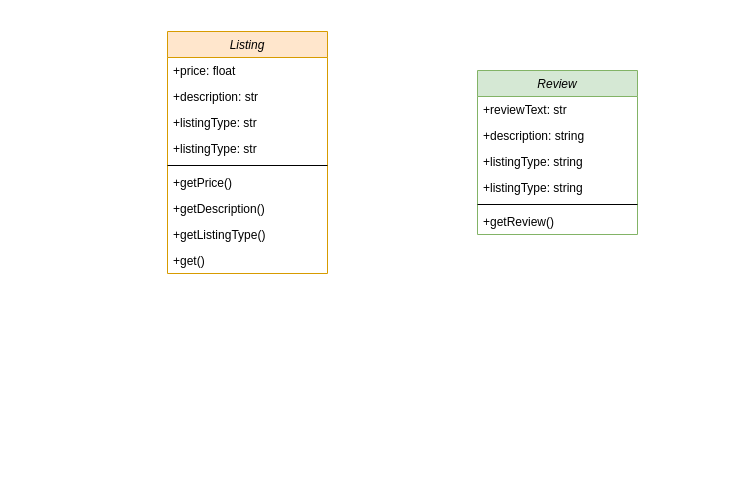
This is UML Class Diagram.drawio from oqmd/Assignment, a draw.io file, before an edit. Source tidied: cells renumbered, new cells numbered last; positions are measured from the earlier drawing's top-left corner, leaving out a move shared by most shapes. Both pictures are drawn from the tidied source at 100%, with x=0, y=0 at pixel (167, 31).
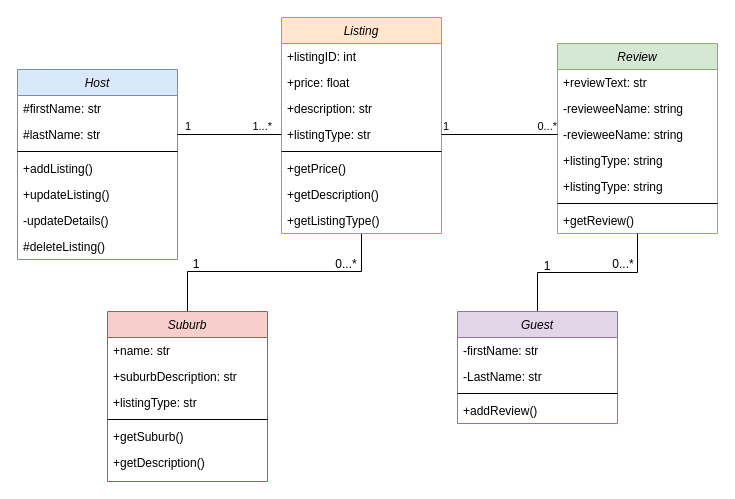
Above is the later version.

Commit message:
Update UML Class Diagram (It's still incomplete!).drawio

Diff of the diagram source:
```diff
@@
+    <mxCell id="19" style="edgeStyle=orthogonalEdgeStyle;rounded=0;jettySize=auto;html=1;entryX=0.5;entryY=0;entryDx=0;entryDy=0;endArrow=none;endFill=0;" parent="1" edge="1" source="2" target="22">
+      <mxGeometry relative="1" as="geometry">
+        <Array as="points">
+          <mxPoint x="194" y="240" />
+          <mxPoint x="20" y="240" />
+        </Array>
+      </mxGeometry>
+    </mxCell>
     <mxCell id="2" value="Listing" style="swimlane;fontStyle=2;align=center;verticalAlign=top;horizontal=1;startSize=26;rounded=0;shadow=0;strokeWidth=1;fillColor=#ffe6cc;strokeColor=#d79b00;" parent="1" vertex="1">
-      <mxGeometry width="160" height="242" as="geometry" />
+      <mxGeometry x="114" y="-14" width="160" height="216" as="geometry" />
     </mxCell>
+    <mxCell id="20" value="+listingID: int" style="text;align=left;verticalAlign=top;spacingLeft=4;spacingRight=4;overflow=hidden;" parent="2" vertex="1">
+      <mxGeometry y="26" width="160" height="26" as="geometry" />
+    </mxCell>
     <mxCell id="3" value="+price: float" style="text;align=left;verticalAlign=top;spacingLeft=4;spacingRight=4;overflow=hidden;" parent="2" vertex="1">
-      <mxGeometry y="26" width="160" height="26" as="geometry" />
+      <mxGeometry y="52" width="160" height="26" as="geometry" />
     </mxCell>
     <mxCell id="4" value="+description: str" style="text;align=left;verticalAlign=top;spacingLeft=4;spacingRight=4;overflow=hidden;rounded=0;shadow=0;html=0;" parent="2" vertex="1">
-      <mxGeometry y="52" width="160" height="26" as="geometry" />
+      <mxGeometry y="78" width="160" height="26" as="geometry" />
     </mxCell>
     <mxCell id="5" value="+listingType: str" style="text;align=left;verticalAlign=top;spacingLeft=4;spacingRight=4;overflow=hidden;points=[[0,0.5],[1,0.5]];portConstraint=eastwest;rounded=0;shadow=0;html=0;" parent="2" vertex="1">
-      <mxGeometry y="78" width="160" height="26" as="geometry" />
+      <mxGeometry y="104" width="160" height="26" as="geometry" />
     </mxCell>
-    <mxCell id="6" value="+listingType: str" style="text;align=left;verticalAlign=top;spacingLeft=4;spacingRight=4;overflow=hidden;rounded=0;shadow=0;html=0;" parent="2" vertex="1">
-      <mxGeometry y="104" width="160" height="26" as="geometry" />
-    </mxCell>
@@
-    <mxCell id="11" value="+get()" style="text;align=left;verticalAlign=top;spacingLeft=4;spacingRight=4;overflow=hidden;" parent="2" vertex="1">
-      <mxGeometry y="216" width="160" height="26" as="geometry" />
-    </mxCell>
     <mxCell id="12" value="Review" style="swimlane;fontStyle=2;align=center;verticalAlign=top;horizontal=1;startSize=26;rounded=0;shadow=0;strokeWidth=1;fillColor=#d5e8d4;strokeColor=#82b366;" parent="1" vertex="1">
-      <mxGeometry x="310" y="39" width="160" height="164" as="geometry" />
+      <mxGeometry x="390" y="12" width="160" height="190" as="geometry" />
     </mxCell>
@@
+    <mxCell id="21" value="-revieweeName: string" style="text;align=left;verticalAlign=top;spacingLeft=4;spacingRight=4;overflow=hidden;rounded=0;shadow=0;html=0;" parent="12" vertex="1">
+      <mxGeometry y="52" width="160" height="26" as="geometry" />
+    </mxCell>
-    <mxCell id="14" value="+description: string" style="text;align=left;verticalAlign=top;spacingLeft=4;spacingRight=4;overflow=hidden;points=[[0,0.5],[1,0.5]];portConstraint=eastwest;rounded=0;shadow=0;html=0;" parent="12" vertex="1">
-      <mxGeometry y="52" width="160" height="26" as="geometry" />
+    <mxCell id="14" value="-revieweeName: string" style="text;align=left;verticalAlign=top;spacingLeft=4;spacingRight=4;overflow=hidden;points=[[0,0.5],[1,0.5]];portConstraint=eastwest;rounded=0;shadow=0;html=0;" parent="12" vertex="1">
+      <mxGeometry y="78" width="160" height="26" as="geometry" />
     </mxCell>
     <mxCell id="15" value="+listingType: string" style="text;align=left;verticalAlign=top;spacingLeft=4;spacingRight=4;overflow=hidden;rounded=0;shadow=0;html=0;" parent="12" vertex="1">
-      <mxGeometry y="78" width="160" height="26" as="geometry" />
+      <mxGeometry y="104" width="160" height="26" as="geometry" />
     </mxCell>
     <mxCell id="16" value="+listingType: string" style="text;align=left;verticalAlign=top;spacingLeft=4;spacingRight=4;overflow=hidden;rounded=0;shadow=0;html=0;" parent="12" vertex="1">
-      <mxGeometry y="104" width="160" height="26" as="geometry" />
+      <mxGeometry y="130" width="160" height="26" as="geometry" />
     </mxCell>
     <mxCell id="17" style="line;html=1;strokeWidth=1;align=left;verticalAlign=middle;spacingTop=-1;spacingLeft=3;spacingRight=3;labelPosition=right;" parent="12" vertex="1">
-      <mxGeometry y="130" width="160" height="8" as="geometry" />
+      <mxGeometry y="156" width="160" height="8" as="geometry" />
     </mxCell>
     <mxCell id="18" value="+getReview()" style="text;align=left;verticalAlign=top;spacingLeft=4;spacingRight=4;overflow=hidden;" parent="12" vertex="1">
-      <mxGeometry y="138" width="160" height="26" as="geometry" />
+      <mxGeometry y="164" width="160" height="26" as="geometry" />
     </mxCell>
+    <mxCell id="22" value="Suburb" style="swimlane;fontStyle=2;align=center;verticalAlign=top;horizontal=1;startSize=26;rounded=0;shadow=0;strokeWidth=1;fillColor=#f8cecc;strokeColor=#b85450;" parent="1" vertex="1">
+      <mxGeometry x="-60" y="280" width="160" height="170" as="geometry" />
+    </mxCell>
+    <mxCell id="23" value="+name: str" style="text;align=left;verticalAlign=top;spacingLeft=4;spacingRight=4;overflow=hidden;" parent="22" vertex="1">
+      <mxGeometry y="26" width="160" height="26" as="geometry" />
+    </mxCell>
+    <mxCell id="24" value="+suburbDescription: str" style="text;align=left;verticalAlign=top;spacingLeft=4;spacingRight=4;overflow=hidden;rounded=0;shadow=0;html=0;" parent="22" vertex="1">
+      <mxGeometry y="52" width="160" height="26" as="geometry" />
+    </mxCell>
+    <mxCell id="6" value="+listingType: str" style="text;align=left;verticalAlign=top;spacingLeft=4;spacingRight=4;overflow=hidden;rounded=0;shadow=0;html=0;" parent="22" vertex="1">
+      <mxGeometry y="78" width="160" height="26" as="geometry" />
+    </mxCell>
+    <mxCell id="25" style="line;html=1;strokeWidth=1;align=left;verticalAlign=middle;spacingTop=-1;spacingLeft=3;spacingRight=3;labelPosition=right;" parent="22" vertex="1">
+      <mxGeometry y="104" width="160" height="8" as="geometry" />
+    </mxCell>
+    <mxCell id="26" value="+getSuburb()" style="text;align=left;verticalAlign=top;spacingLeft=4;spacingRight=4;overflow=hidden;" parent="22" vertex="1">
+      <mxGeometry y="112" width="160" height="26" as="geometry" />
+    </mxCell>
+    <mxCell id="27" value="+getDescription()" style="text;align=left;verticalAlign=top;spacingLeft=4;spacingRight=4;overflow=hidden;" parent="22" vertex="1">
+      <mxGeometry y="138" width="160" height="26" as="geometry" />
+    </mxCell>
+    <mxCell id="28" value="Host" style="swimlane;fontStyle=2;align=center;verticalAlign=top;horizontal=1;startSize=26;rounded=0;shadow=0;strokeWidth=1;fillColor=#dae8fc;strokeColor=#6c8ebf;" parent="1" vertex="1">
+      <mxGeometry x="-150" y="38" width="160" height="190" as="geometry" />
+    </mxCell>
+    <mxCell id="29" value="#firstName: str" style="text;align=left;verticalAlign=top;spacingLeft=4;spacingRight=4;overflow=hidden;" parent="28" vertex="1">
+      <mxGeometry y="26" width="160" height="26" as="geometry" />
+    </mxCell>
+    <mxCell id="30" value="#lastName: str" style="text;align=left;verticalAlign=top;spacingLeft=4;spacingRight=4;overflow=hidden;points=[[0,0.5],[1,0.5]];portConstraint=eastwest;rounded=0;shadow=0;html=0;" parent="28" vertex="1">
+      <mxGeometry y="52" width="160" height="26" as="geometry" />
+    </mxCell>
+    <mxCell id="31" style="line;html=1;strokeWidth=1;align=left;verticalAlign=middle;spacingTop=-1;spacingLeft=3;spacingRight=3;labelPosition=right;" parent="28" vertex="1">
+      <mxGeometry y="78" width="160" height="8" as="geometry" />
+    </mxCell>
+    <mxCell id="32" value="+addListing()" style="text;align=left;verticalAlign=top;spacingLeft=4;spacingRight=4;overflow=hidden;" parent="28" vertex="1">
+      <mxGeometry y="86" width="160" height="26" as="geometry" />
+    </mxCell>
+    <mxCell id="33" value="+updateListing()" style="text;align=left;verticalAlign=top;spacingLeft=4;spacingRight=4;overflow=hidden;" parent="28" vertex="1">
+      <mxGeometry y="112" width="160" height="26" as="geometry" />
+    </mxCell>
+    <mxCell id="34" value="-updateDetails()" style="text;align=left;verticalAlign=top;spacingLeft=4;spacingRight=4;overflow=hidden;" parent="28" vertex="1">
+      <mxGeometry y="138" width="160" height="26" as="geometry" />
+    </mxCell>
+    <mxCell id="35" value="#deleteListing()" style="text;align=left;verticalAlign=top;spacingLeft=4;spacingRight=4;overflow=hidden;" parent="28" vertex="1">
+      <mxGeometry y="164" width="160" height="26" as="geometry" />
+    </mxCell>
+    <mxCell id="36" style="edgeStyle=orthogonalEdgeStyle;rounded=0;jettySize=auto;html=1;endArrow=none;endFill=0;" parent="1" edge="1" source="37" target="12">
+      <mxGeometry relative="1" as="geometry" />
+    </mxCell>
+    <mxCell id="37" value="Guest" style="swimlane;fontStyle=2;align=center;verticalAlign=top;horizontal=1;startSize=26;rounded=0;shadow=0;strokeWidth=1;fillColor=#e1d5e7;strokeColor=#9673a6;" parent="1" vertex="1">
+      <mxGeometry x="290" y="280" width="160" height="112" as="geometry" />
+    </mxCell>
+    <mxCell id="38" value="-firstName: str" style="text;align=left;verticalAlign=top;spacingLeft=4;spacingRight=4;overflow=hidden;" parent="37" vertex="1">
+      <mxGeometry y="26" width="160" height="26" as="geometry" />
+    </mxCell>
+    <mxCell id="39" value="-LastName: str" style="text;align=left;verticalAlign=top;spacingLeft=4;spacingRight=4;overflow=hidden;rounded=0;shadow=0;html=0;" parent="37" vertex="1">
+      <mxGeometry y="52" width="160" height="26" as="geometry" />
+    </mxCell>
+    <mxCell id="40" style="line;html=1;strokeWidth=1;align=left;verticalAlign=middle;spacingTop=-1;spacingLeft=3;spacingRight=3;labelPosition=right;" parent="37" vertex="1">
+      <mxGeometry y="78" width="160" height="8" as="geometry" />
+    </mxCell>
+    <mxCell id="41" value="+addReview()" style="text;align=left;verticalAlign=top;spacingLeft=4;spacingRight=4;overflow=hidden;" parent="37" vertex="1">
+      <mxGeometry y="86" width="160" height="26" as="geometry" />
+    </mxCell>
+    <mxCell id="42" style="endArrow=none;html=1;edgeStyle=orthogonalEdgeStyle;rounded=0;exitX=1;exitY=0.5;exitDx=0;exitDy=0;startArrow=none;startFill=0;endFill=0;" parent="1" edge="1" source="30" target="5">
+      <mxGeometry relative="1" as="geometry" />
+    </mxCell>
+    <mxCell id="43" value="1" style="edgeLabel;html=1;align=left;verticalAlign=bottom;" parent="42" vertex="1">
+      <mxGeometry x="-1" relative="1" as="geometry">
+        <mxPoint x="6" as="offset" />
+      </mxGeometry>
+    </mxCell>
+    <mxCell id="44" value="1...*" style="edgeLabel;html=1;align=right;verticalAlign=bottom;" parent="42" vertex="1">
+      <mxGeometry x="1" relative="1" as="geometry">
+        <mxPoint x="-9" as="offset" />
+      </mxGeometry>
+    </mxCell>
+    <mxCell id="45" style="endArrow=none;html=1;edgeStyle=orthogonalEdgeStyle;rounded=0;exitX=1;exitY=0.5;exitDx=0;exitDy=0;entryX=0;entryY=0.5;entryDx=0;entryDy=0;" parent="1" edge="1" source="5" target="14">
+      <mxGeometry relative="1" as="geometry" />
+    </mxCell>
+    <mxCell id="46" value="1" style="edgeLabel;html=1;align=left;verticalAlign=bottom;" parent="45" vertex="1">
+      <mxGeometry x="-1" relative="1" as="geometry" />
+    </mxCell>
+    <mxCell id="47" value="0...*" style="edgeLabel;html=1;align=right;verticalAlign=bottom;" parent="45" vertex="1">
+      <mxGeometry x="1" relative="1" as="geometry" />
+    </mxCell>
+    <mxCell id="48" value="1" style="text;html=1;strokeColor=none;fillColor=none;align=center;verticalAlign=middle;whiteSpace=wrap;rounded=0;" parent="1" vertex="1">
+      <mxGeometry x="350" y="220" width="60" height="30" as="geometry" />
+    </mxCell>
+    <mxCell id="49" value="0...*" style="text;html=1;strokeColor=none;fillColor=none;align=center;verticalAlign=middle;whiteSpace=wrap;rounded=0;" parent="1" vertex="1">
+      <mxGeometry x="426" y="218" width="60" height="30" as="geometry" />
+    </mxCell>
+    <mxCell id="50" value="1" style="text;html=1;strokeColor=none;fillColor=none;align=center;verticalAlign=middle;whiteSpace=wrap;rounded=0;" parent="1" vertex="1">
+      <mxGeometry x="-1" y="218" width="60" height="30" as="geometry" />
+    </mxCell>
+    <mxCell id="51" value="0...*" style="text;html=1;strokeColor=none;fillColor=none;align=center;verticalAlign=middle;whiteSpace=wrap;rounded=0;" parent="1" vertex="1">
+      <mxGeometry x="149" y="218" width="60" height="30" as="geometry" />
+    </mxCell>
```
